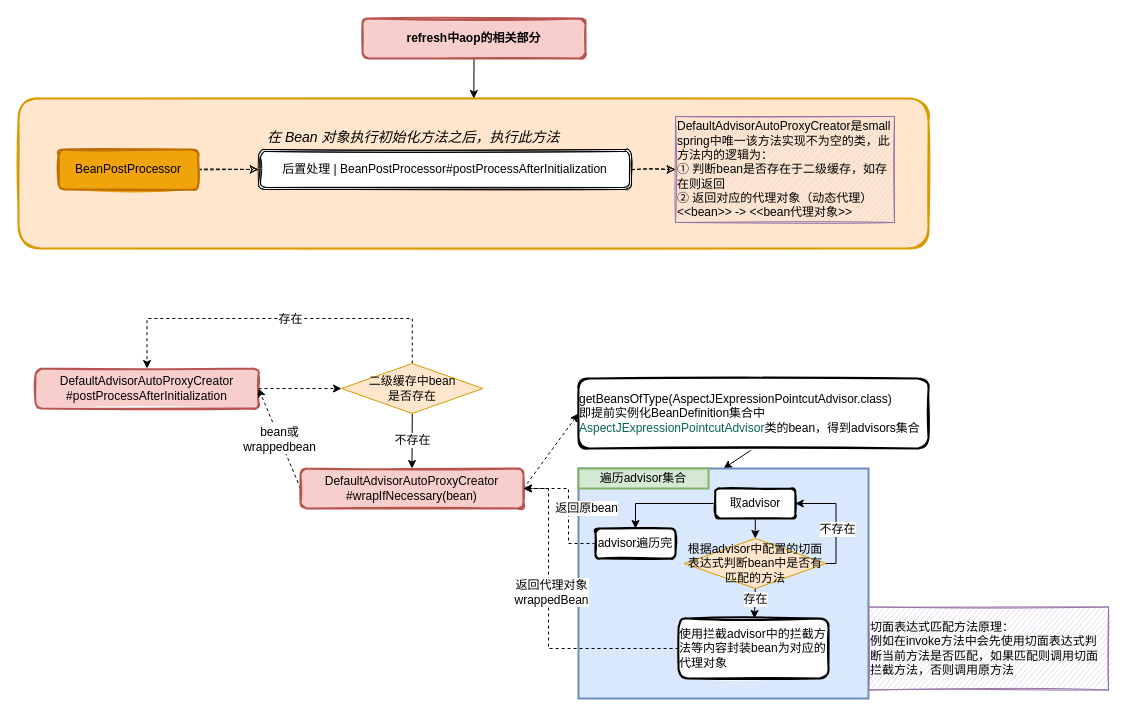
Earlier version of the draw.io diagram 面试/项目/small-spring/aop原理.drawio (codeReaper2001/diagram). Source tidied: cells renumbered, new cells numbered last; positions are measured from the earlier drawing's top-left corner, leaving out a move shared by most shapes. Both pictures are drawn from the tidied source at 100%, with x=0, y=0 at pixel (18, 18).
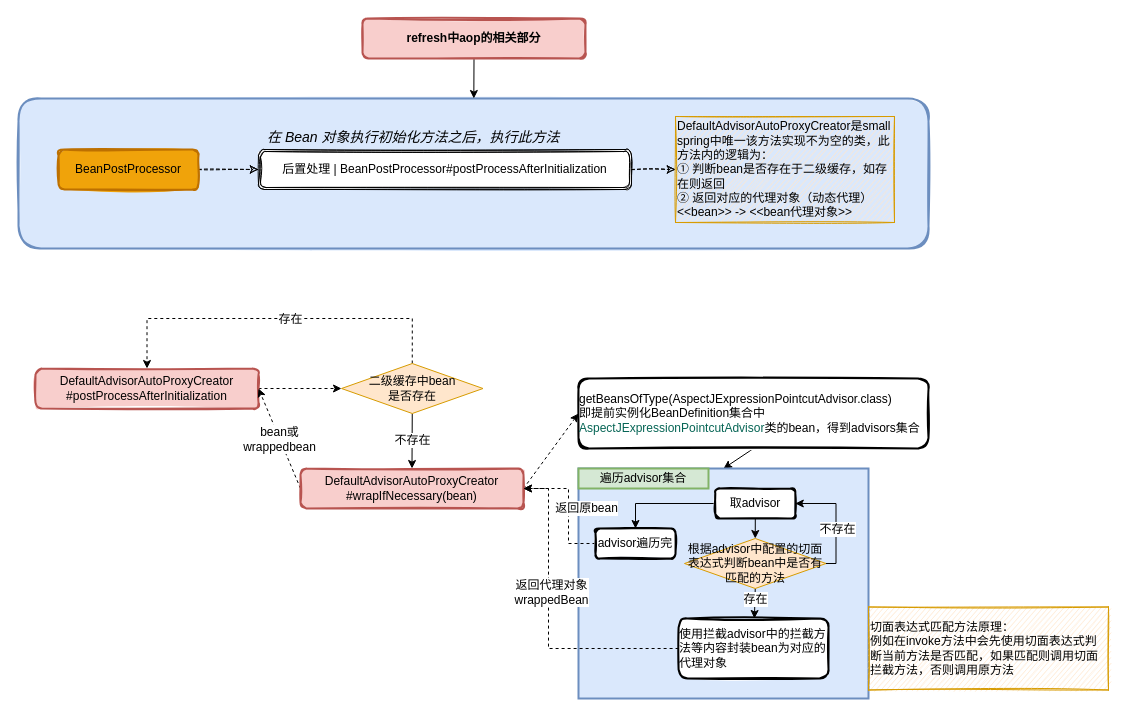
The same page after the edit.

The edit, as a diff of the source:
```diff
@@
-    <mxCell id="2" style="rounded=1;whiteSpace=wrap;html=1;strokeWidth=2;fillWeight=4;hachureGap=8;hachureAngle=45;fillColor=#ffe6cc;sketch=1;fillStyle=solid;strokeColor=#d79b00;" parent="1" vertex="1">
+    <mxCell id="2" style="rounded=1;whiteSpace=wrap;html=1;strokeWidth=2;fillWeight=4;hachureGap=8;hachureAngle=45;fillColor=#dae8fc;sketch=1;fillStyle=solid;strokeColor=#6c8ebf;" parent="1" vertex="1">
       <mxGeometry y="80" width="910" height="150" as="geometry" />
     </mxCell>
@@
-    <mxCell id="10" value="DefaultAdvisorAutoProxyCreator是small spring中唯一该方法实现不为空的类，此方法内的逻辑为：&lt;br&gt;① 判断bean是否存在于二级缓存，如存在则返回&lt;br&gt;② 返回对应的代理对象（动态代理）&lt;br&gt;&amp;lt;&amp;lt;bean&amp;gt;&amp;gt; -&amp;gt; &amp;lt;&amp;lt;bean代理对象&amp;gt;&amp;gt;" style="rounded=0;whiteSpace=wrap;html=1;sketch=1;fillColor=#e1d5e7;strokeColor=#9673a6;fillStyle=hachure;align=left;" parent="1" vertex="1">
+    <mxCell id="10" value="DefaultAdvisorAutoProxyCreator是small spring中唯一该方法实现不为空的类，此方法内的逻辑为：&lt;br&gt;① 判断bean是否存在于二级缓存，如存在则返回&lt;br&gt;② 返回对应的代理对象（动态代理）&lt;br&gt;&amp;lt;&amp;lt;bean&amp;gt;&amp;gt; -&amp;gt; &amp;lt;&amp;lt;bean代理对象&amp;gt;&amp;gt;" style="rounded=0;whiteSpace=wrap;html=1;sketch=1;fillColor=#ffe6cc;strokeColor=#d79b00;fillStyle=hachure;align=left;" parent="1" vertex="1">
       <mxGeometry x="657" y="98" width="219" height="106" as="geometry" />
     </mxCell>
@@
-    <mxCell id="40" value="切面表达式匹配方法原理：&lt;br&gt;例如在invoke方法中会先使用切面表达式判断当前方法是否匹配，如果匹配则调用切面拦截方法，否则调用原方法" style="rounded=0;whiteSpace=wrap;html=1;sketch=1;fillColor=#e1d5e7;strokeColor=#9673a6;fillStyle=hachure;align=left;" parent="1" vertex="1">
+    <mxCell id="40" value="切面表达式匹配方法原理：&lt;br&gt;例如在invoke方法中会先使用切面表达式判断当前方法是否匹配，如果匹配则调用切面拦截方法，否则调用原方法" style="rounded=0;whiteSpace=wrap;html=1;sketch=1;fillColor=#ffe6cc;strokeColor=#d79b00;fillStyle=hachure;align=left;" parent="1" vertex="1">
       <mxGeometry x="850" y="588.5" width="240" height="83" as="geometry" />
     </mxCell>
```
